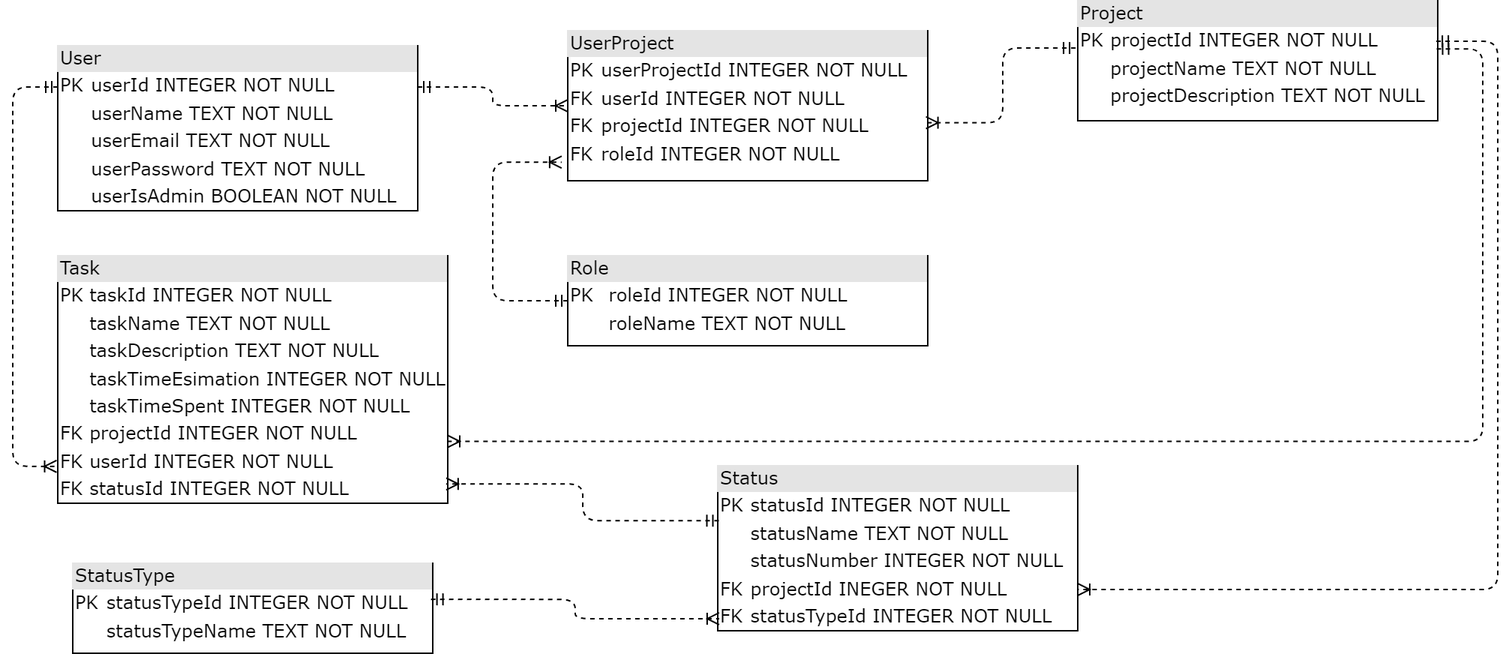
This is docs/database.png from aVorotnikov/thunder_board, a draw.io export, as it was before one commit. Source tidied: cells renumbered, new cells last; positions are measured from the earlier drawing's top-left corner, leaving out a move shared by most shapes.
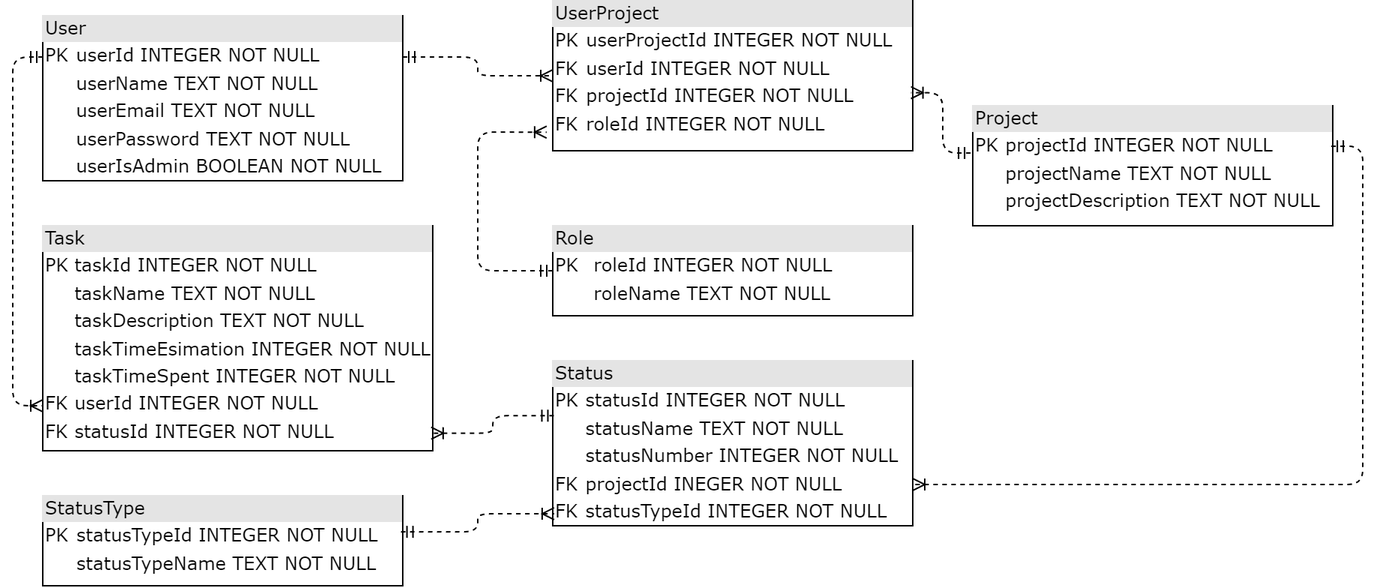
Above is the later version.

Commit message:
Убрал связь задача-проект

What changed in the source:
```diff
@@ -6,7 +6,7 @@
       <mxGeometry x="30" y="30" width="240" height="110" as="geometry" />
     </mxCell>
     <mxCell id="3" value="&lt;div style=&quot;box-sizing: border-box ; width: 100% ; background: #e4e4e4 ; padding: 2px&quot;&gt;Project&lt;/div&gt;&lt;table style=&quot;width: 100% ; font-size: 1em&quot; cellpadding=&quot;2&quot; cellspacing=&quot;0&quot;&gt;&lt;tbody&gt;&lt;tr&gt;&lt;td&gt;PK&lt;/td&gt;&lt;td&gt;projectId INTEGER NOT NULL&lt;/td&gt;&lt;/tr&gt;&lt;tr&gt;&lt;td&gt;&lt;br&gt;&lt;/td&gt;&lt;td&gt;projectName TEXT NOT NULL&lt;/td&gt;&lt;/tr&gt;&lt;tr&gt;&lt;td&gt;&lt;/td&gt;&lt;td&gt;projectDescription TEXT NOT NULL&lt;/td&gt;&lt;/tr&gt;&lt;tr&gt;&lt;td&gt;&lt;br&gt;&lt;/td&gt;&lt;td&gt;&lt;br&gt;&lt;/td&gt;&lt;/tr&gt;&lt;/tbody&gt;&lt;/table&gt;" style="verticalAlign=top;align=left;overflow=fill;html=1;rounded=0;shadow=0;comic=0;labelBackgroundColor=none;strokeWidth=1;fontFamily=Verdana;fontSize=12;" parent="1" vertex="1">
-      <mxGeometry x="710" width="240" height="80" as="geometry" />
+      <mxGeometry x="650" y="90" width="240" height="80" as="geometry" />
     </mxCell>
     <mxCell id="4" value="&lt;div style=&quot;box-sizing: border-box ; width: 100% ; background: #e4e4e4 ; padding: 2px&quot;&gt;UserProject&lt;/div&gt;&lt;table style=&quot;width: 100% ; font-size: 1em&quot; cellpadding=&quot;2&quot; cellspacing=&quot;0&quot;&gt;&lt;tbody&gt;&lt;tr&gt;&lt;td&gt;PK&lt;/td&gt;&lt;td&gt;userProjectId INTEGER NOT NULL&lt;/td&gt;&lt;/tr&gt;&lt;tr&gt;&lt;td&gt;FK&lt;/td&gt;&lt;td&gt;userId INTEGER NOT NULL&lt;/td&gt;&lt;/tr&gt;&lt;tr&gt;&lt;td&gt;FK&lt;/td&gt;&lt;td&gt;projectId INTEGER NOT NULL&lt;/td&gt;&lt;/tr&gt;&lt;tr&gt;&lt;td&gt;FK&lt;br&gt;&lt;/td&gt;&lt;td&gt;roleId INTEGER NOT NULL&lt;br&gt;&lt;/td&gt;&lt;/tr&gt;&lt;/tbody&gt;&lt;/table&gt;" style="verticalAlign=top;align=left;overflow=fill;html=1;rounded=0;shadow=0;comic=0;labelBackgroundColor=none;strokeWidth=1;fontFamily=Verdana;fontSize=12;" parent="1" vertex="1">
       <mxGeometry x="370" y="20" width="240" height="100" as="geometry" />
@@ -28,30 +28,22 @@
         </Array>
       </mxGeometry>
     </mxCell>
-    <mxCell id="9" value="&lt;div style=&quot;box-sizing: border-box ; width: 100% ; background: #e4e4e4 ; padding: 2px&quot;&gt;Task&lt;/div&gt;&lt;table style=&quot;width: 100% ; font-size: 1em&quot; cellpadding=&quot;2&quot; cellspacing=&quot;0&quot;&gt;&lt;tbody&gt;&lt;tr&gt;&lt;td&gt;PK&lt;/td&gt;&lt;td&gt;taskId INTEGER NOT NULL&lt;/td&gt;&lt;/tr&gt;&lt;tr&gt;&lt;td&gt;&lt;br&gt;&lt;/td&gt;&lt;td&gt;taskName TEXT NOT NULL&lt;/td&gt;&lt;/tr&gt;&lt;tr&gt;&lt;td&gt;&lt;/td&gt;&lt;td&gt;taskDescription TEXT NOT NULL&lt;br&gt;&lt;/td&gt;&lt;/tr&gt;&lt;tr&gt;&lt;td&gt;&lt;br&gt;&lt;/td&gt;&lt;td&gt;taskTimeEsimation INTEGER NOT NULL&lt;br&gt;&lt;/td&gt;&lt;/tr&gt;&lt;tr&gt;&lt;td&gt;&lt;br&gt;&lt;/td&gt;&lt;td&gt;taskTimeSpent INTEGER NOT NULL&lt;br&gt;&lt;/td&gt;&lt;/tr&gt;&lt;tr&gt;&lt;td&gt;FK&lt;/td&gt;&lt;td&gt;projectId INTEGER NOT NULL&lt;/td&gt;&lt;/tr&gt;&lt;tr&gt;&lt;td&gt;FK&lt;/td&gt;&lt;td&gt;userId INTEGER NOT NULL&lt;/td&gt;&lt;/tr&gt;&lt;tr&gt;&lt;td&gt;FK&lt;/td&gt;&lt;td&gt;statusId INTEGER NOT NULL&lt;/td&gt;&lt;/tr&gt;&lt;/tbody&gt;&lt;/table&gt;" style="verticalAlign=top;align=left;overflow=fill;html=1;rounded=0;shadow=0;comic=0;labelBackgroundColor=none;strokeWidth=1;fontFamily=Verdana;fontSize=12;" parent="1" vertex="1">
-      <mxGeometry x="30" y="170" width="260" height="165" as="geometry" />
+    <mxCell id="9" value="&lt;div style=&quot;box-sizing: border-box ; width: 100% ; background: #e4e4e4 ; padding: 2px&quot;&gt;Task&lt;/div&gt;&lt;table style=&quot;width: 100% ; font-size: 1em&quot; cellpadding=&quot;2&quot; cellspacing=&quot;0&quot;&gt;&lt;tbody&gt;&lt;tr&gt;&lt;td&gt;PK&lt;/td&gt;&lt;td&gt;taskId INTEGER NOT NULL&lt;/td&gt;&lt;/tr&gt;&lt;tr&gt;&lt;td&gt;&lt;br&gt;&lt;/td&gt;&lt;td&gt;taskName TEXT NOT NULL&lt;/td&gt;&lt;/tr&gt;&lt;tr&gt;&lt;td&gt;&lt;/td&gt;&lt;td&gt;taskDescription TEXT NOT NULL&lt;br&gt;&lt;/td&gt;&lt;/tr&gt;&lt;tr&gt;&lt;td&gt;&lt;br&gt;&lt;/td&gt;&lt;td&gt;taskTimeEsimation INTEGER NOT NULL&lt;br&gt;&lt;/td&gt;&lt;/tr&gt;&lt;tr&gt;&lt;td&gt;&lt;br&gt;&lt;/td&gt;&lt;td&gt;taskTimeSpent INTEGER NOT NULL&lt;br&gt;&lt;/td&gt;&lt;/tr&gt;&lt;tr&gt;&lt;td&gt;FK&lt;/td&gt;&lt;td&gt;userId INTEGER NOT NULL&lt;/td&gt;&lt;/tr&gt;&lt;tr&gt;&lt;td&gt;FK&lt;/td&gt;&lt;td&gt;statusId INTEGER NOT NULL&lt;/td&gt;&lt;/tr&gt;&lt;/tbody&gt;&lt;/table&gt;" style="verticalAlign=top;align=left;overflow=fill;html=1;rounded=0;shadow=0;comic=0;labelBackgroundColor=none;strokeWidth=1;fontFamily=Verdana;fontSize=12;" parent="1" vertex="1">
+      <mxGeometry x="30" y="170" width="260" height="150" as="geometry" />
     </mxCell>
-    <mxCell id="10" style="edgeStyle=orthogonalEdgeStyle;html=1;dashed=1;labelBackgroundColor=none;startArrow=ERmandOne;endArrow=ERoneToMany;fontFamily=Verdana;fontSize=12;align=left;entryX=-0.003;entryY=0.851;entryDx=0;entryDy=0;exitX=0;exitY=0.25;exitDx=0;exitDy=0;entryPerimeter=0;" parent="1" edge="1" source="2" target="9">
+    <mxCell id="10" style="edgeStyle=orthogonalEdgeStyle;html=1;dashed=1;labelBackgroundColor=none;startArrow=ERmandOne;endArrow=ERoneToMany;fontFamily=Verdana;fontSize=12;align=left;exitX=0;exitY=0.25;exitDx=0;exitDy=0;" parent="1" edge="1" source="2" target="9">
       <mxGeometry relative="1" as="geometry">
         <Array as="points">
-          <mxPoint y="58" />
-          <mxPoint y="310" />
+          <mxPoint x="10" y="58" />
+          <mxPoint x="10" y="290" />
         </Array>
       </mxGeometry>
     </mxCell>
-    <mxCell id="11" style="edgeStyle=orthogonalEdgeStyle;html=1;dashed=1;labelBackgroundColor=none;startArrow=ERmandOne;endArrow=ERoneToMany;fontFamily=Verdana;fontSize=12;align=left;entryX=1;entryY=0.75;entryDx=0;entryDy=0;exitX=0.997;exitY=0.401;exitDx=0;exitDy=0;exitPerimeter=0;" parent="1" edge="1" source="3" target="9">
-      <mxGeometry relative="1" as="geometry">
-        <Array as="points">
-          <mxPoint x="980" y="32" />
-          <mxPoint x="980" y="294" />
-        </Array>
-      </mxGeometry>
-    </mxCell>
     <mxCell id="12" value="&lt;div style=&quot;box-sizing: border-box ; width: 100% ; background: #e4e4e4 ; padding: 2px&quot;&gt;Status&lt;/div&gt;&lt;table style=&quot;width: 100% ; font-size: 1em&quot; cellpadding=&quot;2&quot; cellspacing=&quot;0&quot;&gt;&lt;tbody&gt;&lt;tr&gt;&lt;td&gt;PK&lt;/td&gt;&lt;td&gt;statusId INTEGER NOT NULL&lt;/td&gt;&lt;/tr&gt;&lt;tr&gt;&lt;td&gt;&lt;br&gt;&lt;/td&gt;&lt;td&gt;statusName TEXT NOT NULL&lt;/td&gt;&lt;/tr&gt;&lt;tr&gt;&lt;td&gt;&lt;br&gt;&lt;/td&gt;&lt;td&gt;statusNumber INTEGER NOT NULL&lt;/td&gt;&lt;/tr&gt;&lt;tr&gt;&lt;td&gt;FK&lt;/td&gt;&lt;td&gt;projectId INEGER NOT NULL&lt;/td&gt;&lt;/tr&gt;&lt;tr&gt;&lt;td&gt;FK&lt;/td&gt;&lt;td&gt;statusTypeId INTEGER NOT NULL&lt;/td&gt;&lt;/tr&gt;&lt;/tbody&gt;&lt;/table&gt;" style="verticalAlign=top;align=left;overflow=fill;html=1;rounded=0;shadow=0;comic=0;labelBackgroundColor=none;strokeWidth=1;fontFamily=Verdana;fontSize=12;" parent="1" vertex="1">
-      <mxGeometry x="470" y="310" width="240" height="110" as="geometry" />
+      <mxGeometry x="370" y="260" width="240" height="110" as="geometry" />
     </mxCell>
     <mxCell id="13" value="&lt;div style=&quot;box-sizing: border-box ; width: 100% ; background: #e4e4e4 ; padding: 2px&quot;&gt;StatusType&lt;/div&gt;&lt;table style=&quot;width: 100% ; font-size: 1em&quot; cellpadding=&quot;2&quot; cellspacing=&quot;0&quot;&gt;&lt;tbody&gt;&lt;tr&gt;&lt;td&gt;PK&lt;/td&gt;&lt;td&gt;statusTypeId INTEGER NOT NULL&lt;/td&gt;&lt;/tr&gt;&lt;tr&gt;&lt;td&gt;&lt;br&gt;&lt;/td&gt;&lt;td&gt;statusTypeName TEXT NOT NULL&lt;/td&gt;&lt;/tr&gt;&lt;tr&gt;&lt;td&gt;&lt;/td&gt;&lt;td&gt;&lt;/td&gt;&lt;/tr&gt;&lt;/tbody&gt;&lt;/table&gt;" style="verticalAlign=top;align=left;overflow=fill;html=1;rounded=0;shadow=0;comic=0;labelBackgroundColor=none;strokeWidth=1;fontFamily=Verdana;fontSize=12;" parent="1" vertex="1">
-      <mxGeometry x="40" y="375" width="240" height="60" as="geometry" />
+      <mxGeometry x="30" y="350" width="240" height="60" as="geometry" />
     </mxCell>
     <mxCell id="14" style="edgeStyle=orthogonalEdgeStyle;html=1;dashed=1;labelBackgroundColor=none;startArrow=ERmandOne;endArrow=ERoneToMany;fontFamily=Verdana;fontSize=12;align=left;entryX=0.004;entryY=0.927;entryDx=0;entryDy=0;entryPerimeter=0;exitX=0.995;exitY=0.401;exitDx=0;exitDy=0;exitPerimeter=0;" parent="1" edge="1" source="13" target="12">
       <mxGeometry relative="1" as="geometry" />
@@ -62,8 +54,8 @@
     <mxCell id="16" style="edgeStyle=orthogonalEdgeStyle;html=1;dashed=1;labelBackgroundColor=none;startArrow=ERmandOne;endArrow=ERoneToMany;fontFamily=Verdana;fontSize=12;align=left;entryX=1;entryY=0.75;entryDx=0;entryDy=0;exitX=0.996;exitY=0.338;exitDx=0;exitDy=0;exitPerimeter=0;" parent="1" edge="1" source="3" target="12">
       <mxGeometry relative="1" as="geometry">
         <Array as="points">
-          <mxPoint x="990" y="27" />
-          <mxPoint x="990" y="393" />
+          <mxPoint x="910" y="117" />
+          <mxPoint x="910" y="343" />
         </Array>
       </mxGeometry>
     </mxCell>
```
